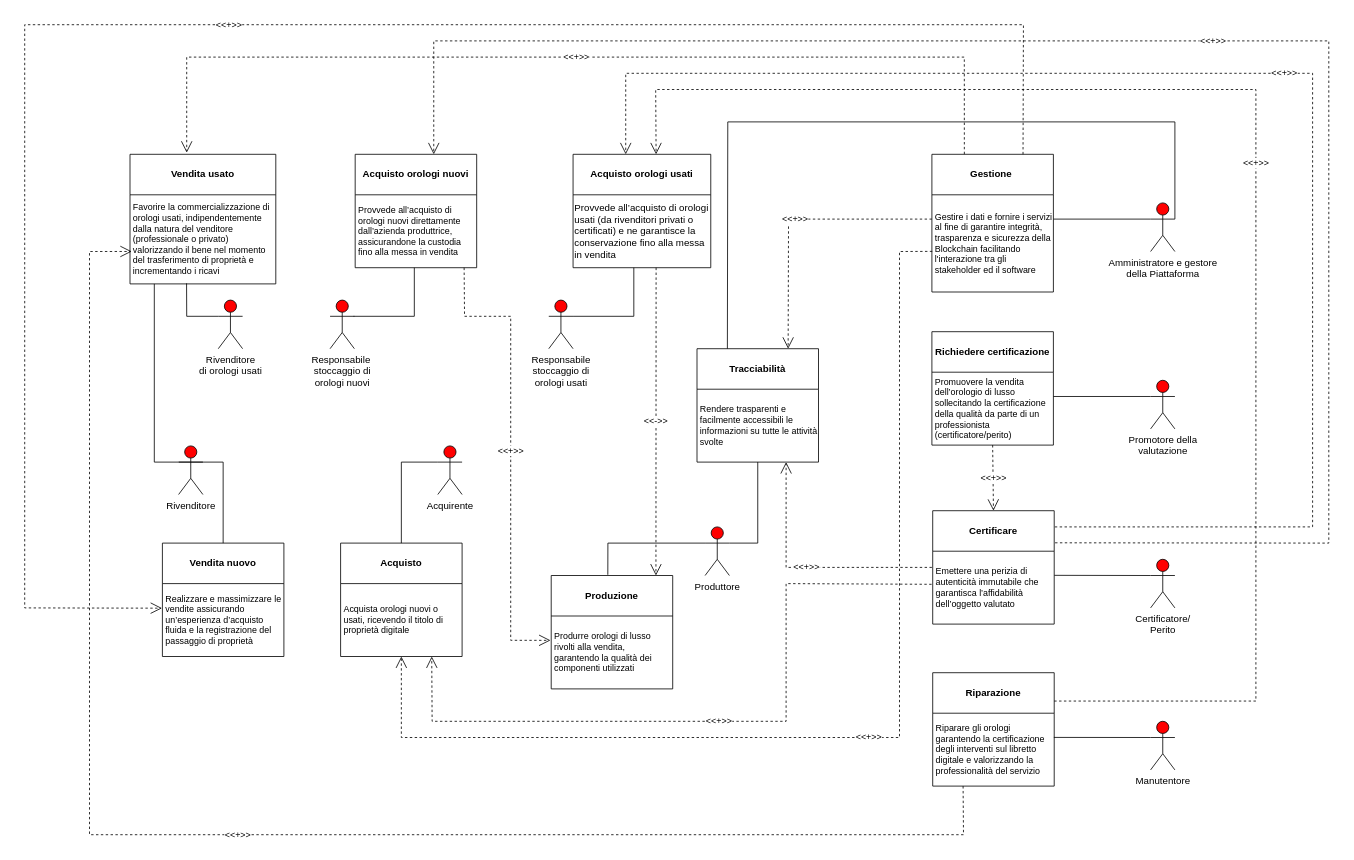
Above: Diagrammi/Capitolo3/DependencyGoalRoleDiagram.drawio in Vittorio92/ProgettoSistemiInformativi (draw.io), before the change. Source tidied: cells renumbered, new cells numbered last; positions are measured from the earlier drawing's top-left corner, leaving out a move shared by most shapes. Both pictures are drawn from the tidied source at 81%, with x=0, y=0 at pixel (24, 24).
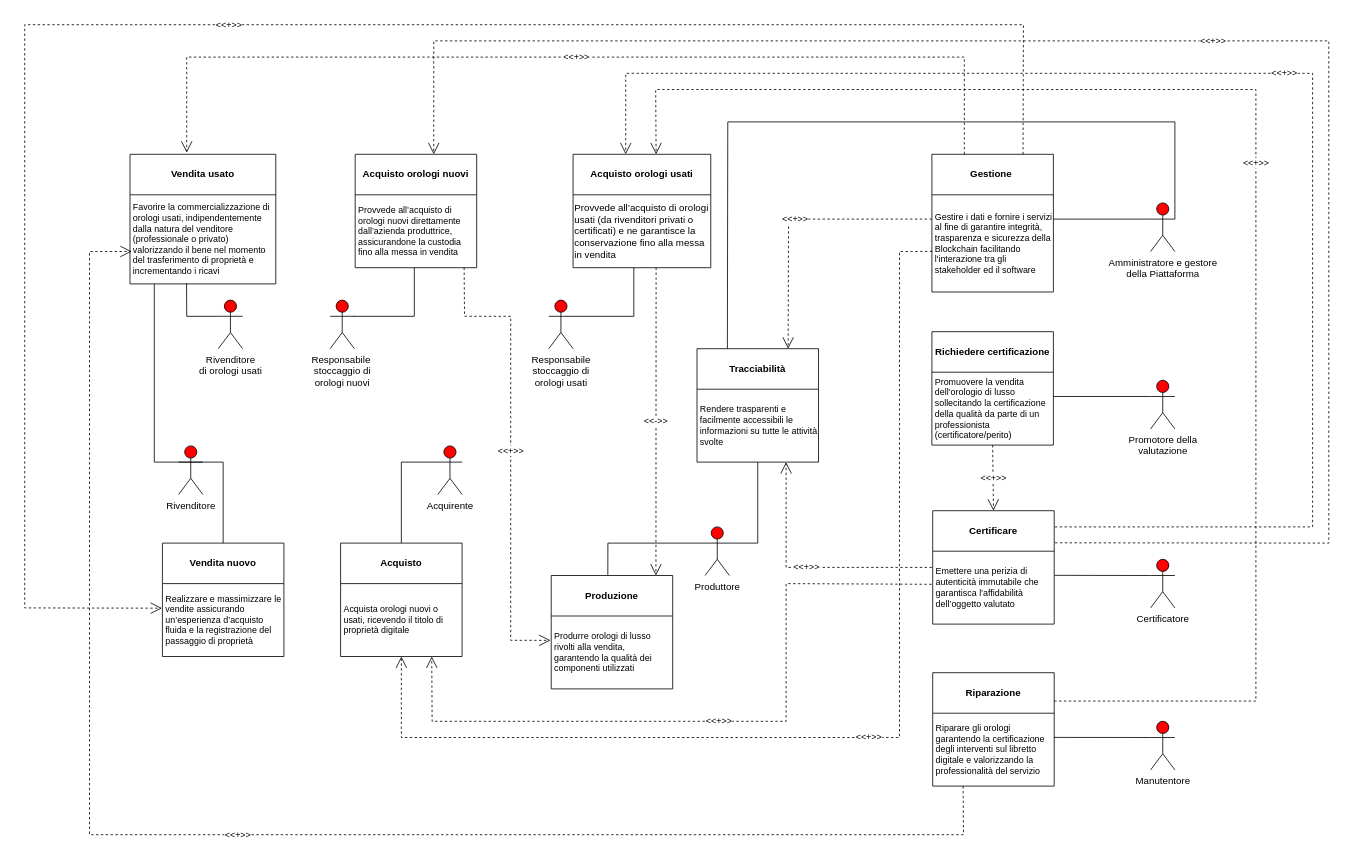
Above is the later version.

Commit message (it also covers changes not shown here):
Modifica -Certificatore

What changed in the source:
```diff
@@
-    <mxCell id="4" value="Certificatore/&lt;div&gt;Perito&lt;/div&gt;" style="shape=umlActor;verticalLabelPosition=bottom;verticalAlign=top;html=1;fillColor=#FF0000;" parent="1" vertex="1">
+    <mxCell id="4" value="Certificatore" style="shape=umlActor;verticalLabelPosition=bottom;verticalAlign=top;html=1;fillColor=#FF0000;" parent="1" vertex="1">
       <mxGeometry x="1390" y="660" width="30" height="60" as="geometry" />
     </mxCell>
```
